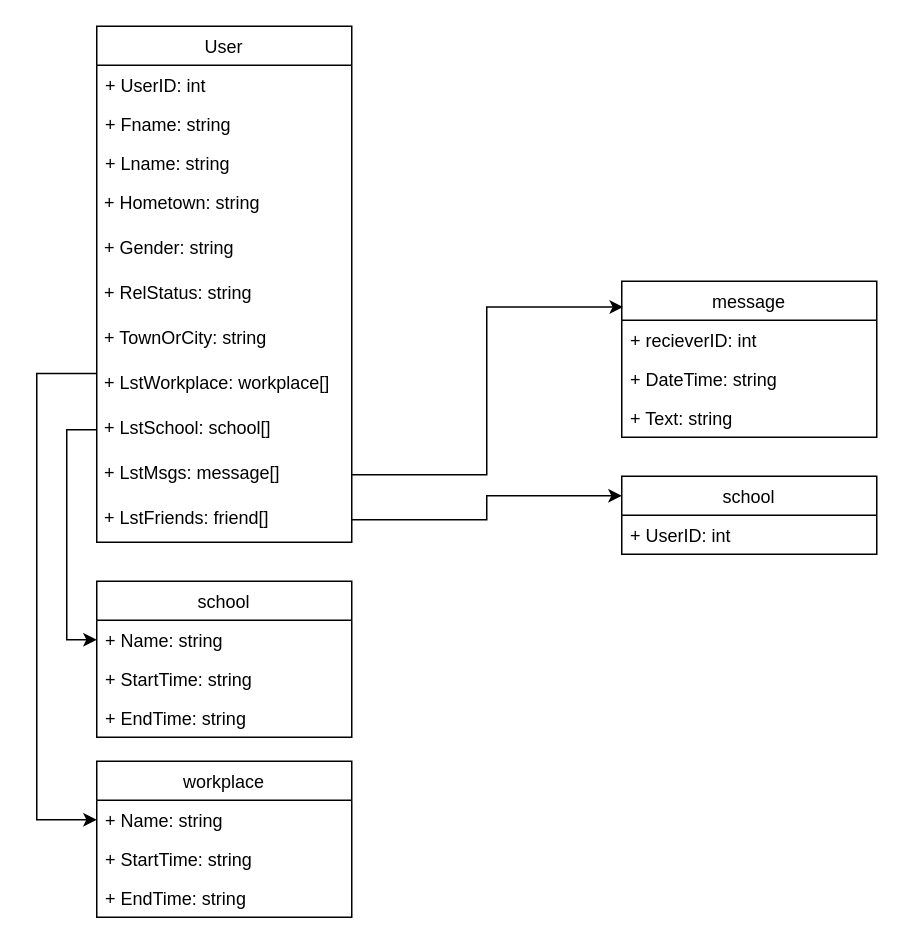
DavidWood2001-zz/ISAD157 keeps this draw.io diagram as UML Diagrams/classDiagrams.drawio. Above is the earlier version. Source tidied: cells renumbered, new cells numbered last; positions are measured from the earlier drawing's top-left corner, leaving out a move shared by most shapes. Both pictures are drawn from the tidied source at 150%, with x=0, y=0 at pixel (36, 26).
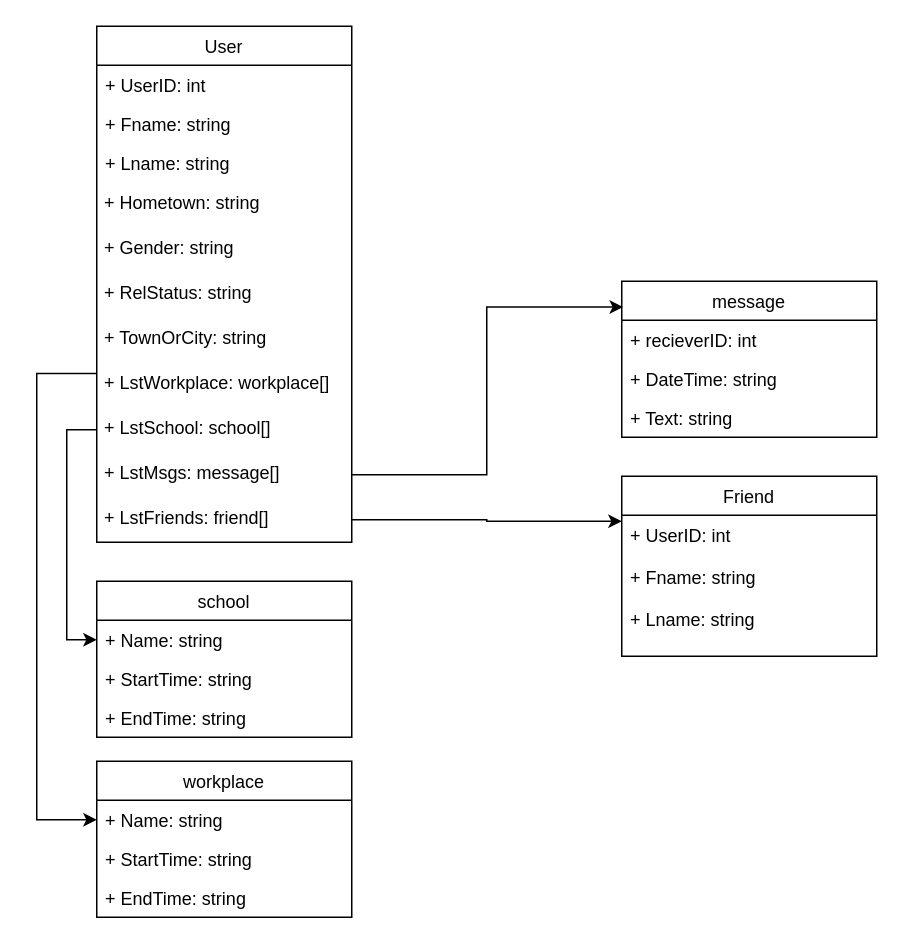
The same diagram, later.

The edit, as a diff of the source:
```diff
@@
-    <mxCell id="19" value="school" style="swimlane;fontStyle=0;horizontal=1;startSize=26;fillColor=none;" parent="1" vertex="1">
-      <mxGeometry x="390" y="300" width="170" height="52" as="geometry" />
+    <mxCell id="19" value="Friend" style="swimlane;fontStyle=0;horizontal=1;startSize=26;fillColor=none;" parent="1" vertex="1">
+      <mxGeometry x="390" y="300" width="170" height="120" as="geometry" />
     </mxCell>
-    <mxCell id="20" value="+ UserID: int" style="text;strokeColor=none;fillColor=none;align=left;verticalAlign=top;spacingLeft=4;spacingRight=4;overflow=hidden;" parent="19" vertex="1">
-      <mxGeometry y="26" width="170" height="26" as="geometry" />
+    <mxCell id="20" value="+ UserID: int&#10;&#10;+ Fname: string&#10;&#10;+ Lname: string" style="text;strokeColor=none;fillColor=none;align=left;verticalAlign=top;spacingLeft=4;spacingRight=4;overflow=hidden;" parent="19" vertex="1">
+      <mxGeometry y="26" width="170" height="94" as="geometry" />
     </mxCell>
```
